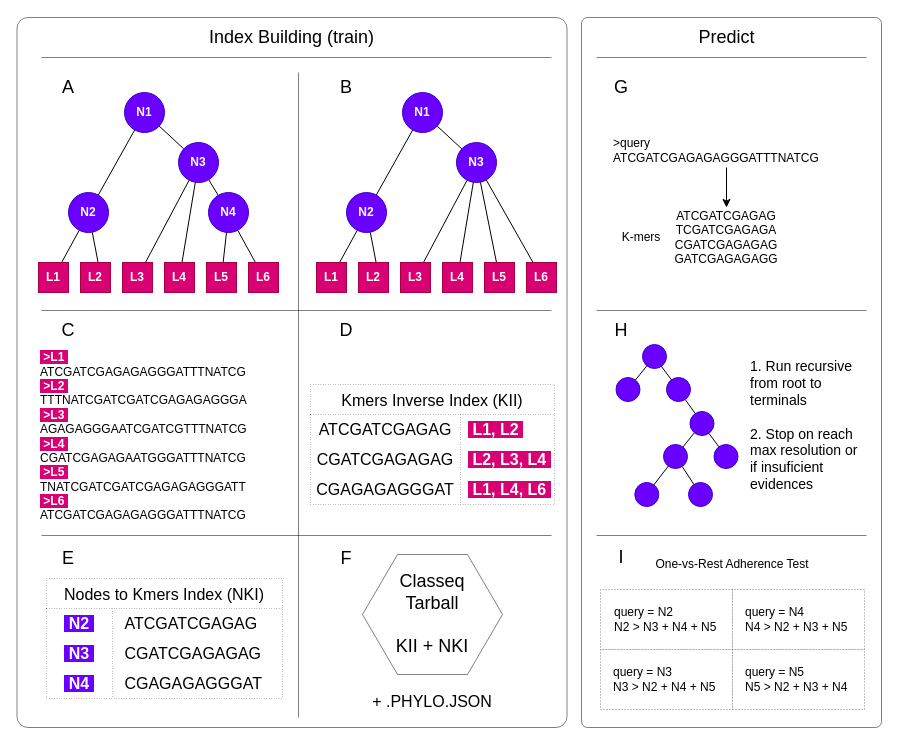
LepistaBioinformatics/classeq keeps this draw.io diagram as page "main-comcepts" (1 of 3) of docs/drawio/classeq.drawio. Above is the earlier version. Source tidied: cells renumbered, new cells numbered last; positions are measured from the earlier drawing's top-left corner, leaving out a move shared by most shapes. Both pictures are drawn from the tidied source at 100%, with x=0, y=0 at pixel (17, 17).
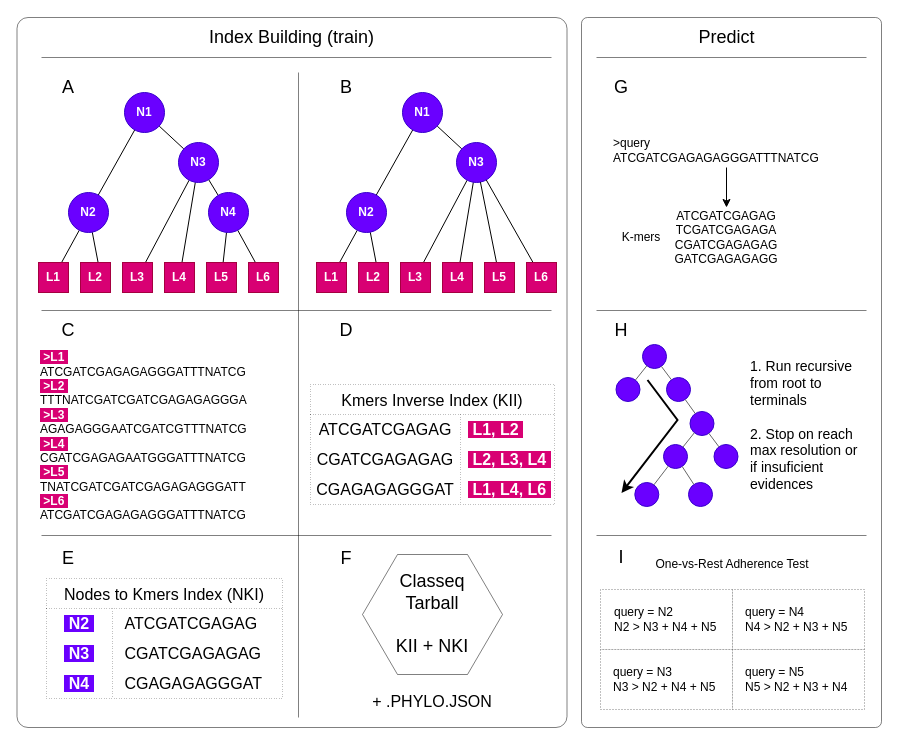
The same page after the edit.

The change refers to these unchanged cells:
```xml
<mxCell id="99" style="ellipse;whiteSpace=wrap;html=1;fillColor=#6a00ff;strokeColor=#3700CC;fontColor=#ffffff;fontStyle=1;" parent="98" vertex="1">
  <mxGeometry x="26.5" width="24" height="24" as="geometry" />
</mxCell>
<mxCell id="100" style="ellipse;whiteSpace=wrap;html=1;fillColor=#6a00ff;strokeColor=#3700CC;fontColor=#ffffff;fontStyle=1;" parent="98" vertex="1">
  <mxGeometry x="50.5" y="33" width="24" height="24" as="geometry" />
</mxCell>
<mxCell id="102" style="ellipse;whiteSpace=wrap;html=1;fillColor=#6a00ff;strokeColor=#3700CC;fontColor=#ffffff;fontStyle=1;" parent="98" vertex="1">
  <mxGeometry y="33" width="24" height="24" as="geometry" />
</mxCell>
<mxCell id="104" style="ellipse;whiteSpace=wrap;html=1;fillColor=#6a00ff;strokeColor=#3700CC;fontColor=#ffffff;fontStyle=1;" parent="98" vertex="1">
  <mxGeometry x="74" y="67" width="24" height="24" as="geometry" />
</mxCell>
<mxCell id="106" style="ellipse;whiteSpace=wrap;html=1;fillColor=#6a00ff;strokeColor=#3700CC;fontColor=#ffffff;fontStyle=1;" parent="98" vertex="1">
  <mxGeometry x="98" y="100" width="24" height="24" as="geometry" />
</mxCell>
<mxCell id="108" style="ellipse;whiteSpace=wrap;html=1;fillColor=#6a00ff;strokeColor=#3700CC;fontColor=#ffffff;fontStyle=1;" parent="98" vertex="1">
  <mxGeometry x="47.5" y="100" width="24" height="24" as="geometry" />
</mxCell>
<mxCell id="110" style="ellipse;whiteSpace=wrap;html=1;fillColor=#6a00ff;strokeColor=#3700CC;fontColor=#ffffff;fontStyle=1;" parent="98" vertex="1">
  <mxGeometry x="18.8" y="138" width="24" height="24" as="geometry" />
</mxCell>
<mxCell id="112" style="ellipse;whiteSpace=wrap;html=1;fillColor=#6a00ff;strokeColor=#3700CC;fontColor=#ffffff;fontStyle=1;" parent="98" vertex="1">
  <mxGeometry x="72.5" y="138" width="24" height="24" as="geometry" />
</mxCell>
```

Diff of the diagram source:
```diff
@@
-    <mxCell id="96" style="group;" parent="1" vertex="1">
-      <mxGeometry x="598.5" y="316" width="250.5" height="184" as="geometry" />
-    </mxCell>
+    <mxCell id="114" style="endArrow=classic;html=1;rounded=0;strokeWidth=2;" parent="1" edge="1">
+      <mxGeometry relative="1" as="geometry">
+        <mxPoint x="630" y="362.5" as="sourcePoint" />
+        <mxPoint x="604" y="475.5" as="targetPoint" />
+        <Array as="points">
+          <mxPoint x="660" y="402.5" />
+        </Array>
+      </mxGeometry>
+    </mxCell>
-    <mxCell id="97" value="&lt;font style=&quot;font-size: 14px;&quot;&gt;1. Run recursive from root to terminals&lt;br&gt;&lt;br&gt;2. Stop on reach max resolution or if insuficient evidences&lt;/font&gt;" style="text;html=1;strokeColor=none;fillColor=none;align=left;verticalAlign=middle;whiteSpace=wrap;rounded=0;" parent="96" vertex="1">
-      <mxGeometry x="132.5" width="118" height="184" as="geometry" />
+    <mxCell id="97" value="&lt;font style=&quot;font-size: 14px;&quot;&gt;1. Run recursive from root to terminals&lt;br&gt;&lt;br&gt;2. Stop on reach max resolution or if insuficient evidences&lt;/font&gt;" style="text;html=1;strokeColor=none;fillColor=none;align=left;verticalAlign=middle;whiteSpace=wrap;rounded=0;" parent="1" vertex="1">
+      <mxGeometry x="731" y="316" width="118" height="184" as="geometry" />
     </mxCell>
-    <mxCell id="98" style="group;" parent="96" vertex="1">
-      <mxGeometry y="11" width="122" height="162" as="geometry" />
+    <mxCell id="98" style="group;" parent="1" vertex="1">
+      <mxGeometry x="598.5" y="327" width="122" height="162" as="geometry" />
     </mxCell>
@@
-    <mxCell id="101" style="edgeStyle=none;rounded=0;jettySize=auto;html=1;endArrow=none;endFill=0;" parent="98" edge="1" source="99" target="100">
+    <mxCell id="101" style="edgeStyle=none;rounded=0;jettySize=auto;html=1;endArrow=none;endFill=0;strokeColor=#666666;" parent="98" edge="1" source="99" target="100">
       <mxGeometry relative="1" as="geometry" />
     </mxCell>
@@
-    <mxCell id="103" style="edgeStyle=none;rounded=0;jettySize=auto;html=1;endArrow=none;endFill=0;" parent="98" edge="1" source="99" target="102">
+    <mxCell id="103" style="edgeStyle=none;rounded=0;jettySize=auto;html=1;endArrow=none;endFill=0;strokeColor=#666666;" parent="98" edge="1" source="99" target="102">
       <mxGeometry relative="1" as="geometry" />
     </mxCell>
@@
-    <mxCell id="105" style="edgeStyle=none;rounded=0;jettySize=auto;html=1;endArrow=none;endFill=0;" parent="98" edge="1" source="100" target="104">
+    <mxCell id="105" style="edgeStyle=none;rounded=0;jettySize=auto;html=1;endArrow=none;endFill=0;strokeColor=#666666;" parent="98" edge="1" source="100" target="104">
       <mxGeometry relative="1" as="geometry" />
     </mxCell>
@@
-    <mxCell id="107" style="edgeStyle=none;rounded=0;jettySize=auto;html=1;endArrow=none;endFill=0;" parent="98" edge="1" source="104" target="106">
+    <mxCell id="107" style="edgeStyle=none;rounded=0;jettySize=auto;html=1;endArrow=none;endFill=0;strokeColor=#666666;" parent="98" edge="1" source="104" target="106">
       <mxGeometry relative="1" as="geometry" />
     </mxCell>
@@
-    <mxCell id="109" style="edgeStyle=none;rounded=0;jettySize=auto;html=1;endArrow=none;endFill=0;" parent="98" edge="1" source="104" target="108">
+    <mxCell id="109" style="edgeStyle=none;rounded=0;jettySize=auto;html=1;endArrow=none;endFill=0;strokeColor=#666666;" parent="98" edge="1" source="104" target="108">
       <mxGeometry relative="1" as="geometry" />
     </mxCell>
@@
-    <mxCell id="111" style="edgeStyle=none;rounded=0;jettySize=auto;html=1;endArrow=none;endFill=0;" parent="98" edge="1" source="108" target="110">
+    <mxCell id="111" style="edgeStyle=none;rounded=0;jettySize=auto;html=1;endArrow=none;endFill=0;strokeColor=#666666;" parent="98" edge="1" source="108" target="110">
       <mxGeometry relative="1" as="geometry" />
     </mxCell>
@@
-    <mxCell id="113" style="edgeStyle=none;rounded=0;jettySize=auto;html=1;endArrow=none;endFill=0;" parent="98" edge="1" source="108" target="112">
+    <mxCell id="113" style="edgeStyle=none;rounded=0;jettySize=auto;html=1;endArrow=none;endFill=0;strokeColor=#666666;" parent="98" edge="1" source="108" target="112">
       <mxGeometry relative="1" as="geometry" />
     </mxCell>
```
